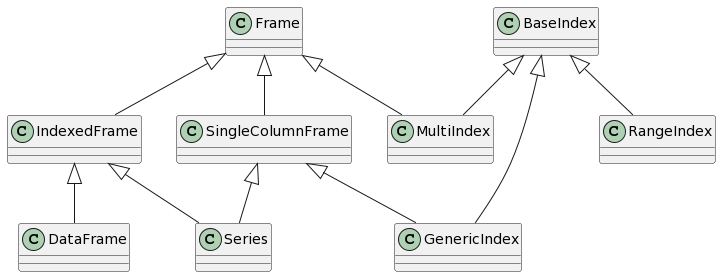
This is docs/cudf/source/developer_guide/frame_class_diagram.png from rapidsai/cudf, a PlantUML export, as it was before one commit.
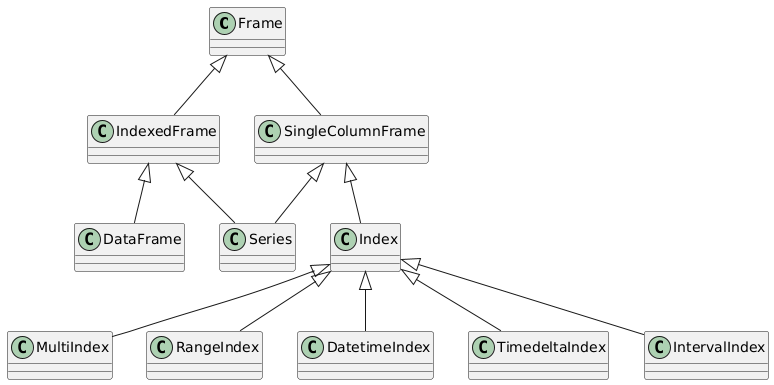
Above is the later version.

Commit message:
Update cuDF Python library design with BaseIndex and pylibcudf updates

What changed in the source:
```diff
@@ -2,27 +2,27 @@
 class Frame
 class IndexedFrame
 class SingleColumnFrame
-class BaseIndex
-class GenericIndex
+class Index
 class MultiIndex
 class RangeIndex
 class DataFrame
 class Series
+class DatetimeIndex
+class TimedeltaIndex
+class IntervalIndex
 
 Frame <|-- IndexedFrame
-
 Frame <|-- SingleColumnFrame
 
 SingleColumnFrame <|-- Series
+SingleColumnFrame <|-- Index
+
 IndexedFrame <|-- Series
-
 IndexedFrame <|-- DataFrame
 
-BaseIndex <|-- RangeIndex
-
-BaseIndex <|-- MultiIndex
-Frame <|-- MultiIndex
-
-BaseIndex <|-- GenericIndex
-SingleColumnFrame <|-- GenericIndex
+Index <|-- RangeIndex
+Index <|-- MultiIndex
+Index <|-- IntervalIndex
+Index <|-- TimedeltaIndex
+Index <|-- DatetimeIndex
 @enduml
```
